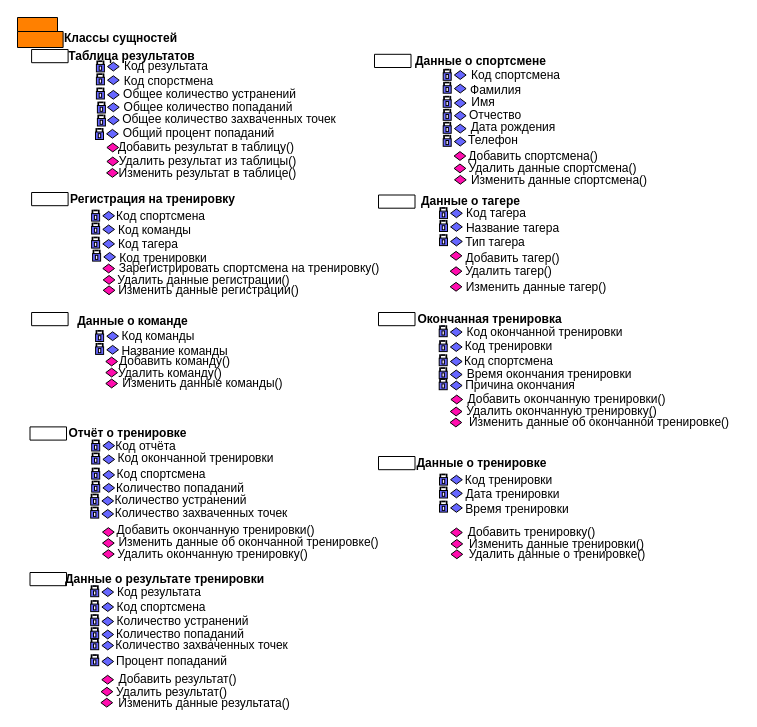
Above: Решения/Часть 3. Схемы/Классы бизнес сущностей.drawio in VentoAureo12/Projecting-n-Design (draw.io), before the change. Source tidied: cells renumbered, new cells numbered last; positions are measured from the earlier drawing's top-left corner, leaving out a move shared by most shapes. Both pictures are drawn from the tidied source at 100%, with x=0, y=0 at pixel (17, 17).
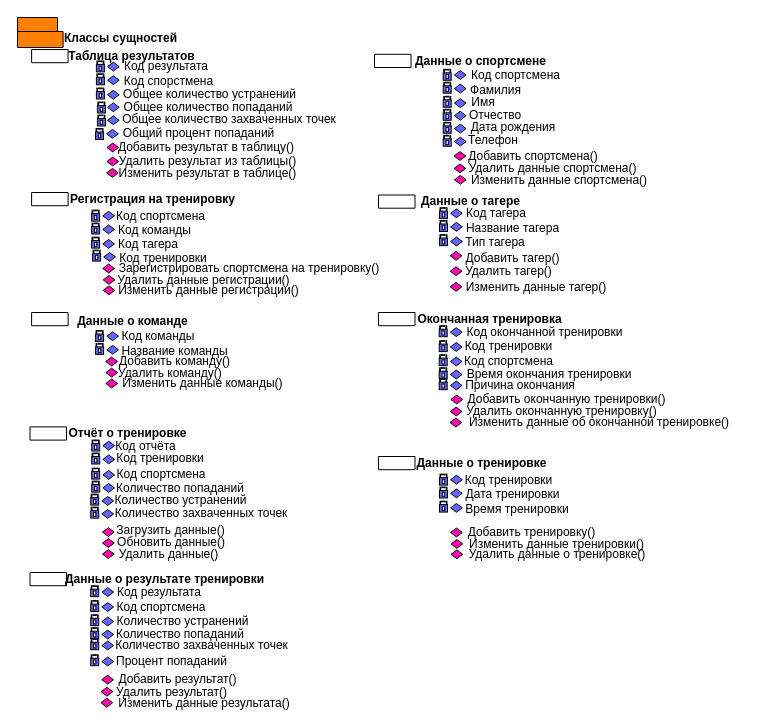
Above is the later version.

What changed in the source:
```diff
@@
-    <mxCell id="252" value="Код окончанной тренировки" style="text;html=1;strokeColor=none;fillColor=none;align=center;verticalAlign=middle;whiteSpace=wrap;rounded=0;" parent="1" vertex="1">
-      <mxGeometry x="85.3" y="436.6" width="187" height="9.4" as="geometry" />
+    <mxCell id="252" value="Код тренировки" style="text;html=1;strokeColor=none;fillColor=none;align=center;verticalAlign=middle;whiteSpace=wrap;rounded=0;" parent="1" vertex="1">
+      <mxGeometry x="85.3" y="436.6" width="115.7" height="9.4" as="geometry" />
     </mxCell>
@@
-    <mxCell id="275" value="Добавить окончанную тренировки()" style="text;html=1;strokeColor=none;fillColor=none;align=center;verticalAlign=middle;whiteSpace=wrap;rounded=0;" parent="1" vertex="1">
-      <mxGeometry x="86.3" y="508.5" width="225.4" height="9.4" as="geometry" />
+    <mxCell id="275" value="Загрузить данные()" style="text;html=1;strokeColor=none;fillColor=none;align=center;verticalAlign=middle;whiteSpace=wrap;rounded=0;" parent="1" vertex="1">
+      <mxGeometry x="86.3" y="508.5" width="134.7" height="9.4" as="geometry" />
     </mxCell>
-    <mxCell id="276" value="Изменить данные об окончанной тренировке()" style="text;html=1;strokeColor=none;fillColor=none;align=center;verticalAlign=middle;whiteSpace=wrap;rounded=0;" parent="1" vertex="1">
-      <mxGeometry x="69.3" y="520.6" width="325.4" height="9.4" as="geometry" />
+    <mxCell id="276" value="Обновить данные()" style="text;html=1;strokeColor=none;fillColor=none;align=center;verticalAlign=middle;whiteSpace=wrap;rounded=0;" parent="1" vertex="1">
+      <mxGeometry x="68.3" y="520.6" width="171.7" height="9.4" as="geometry" />
     </mxCell>
-    <mxCell id="277" value="Удалить окончанную тренировку()" style="text;html=1;strokeColor=none;fillColor=none;align=center;verticalAlign=middle;whiteSpace=wrap;rounded=0;fontStyle=0;" parent="1" vertex="1">
-      <mxGeometry x="94.1" y="532.4" width="202.6" height="9.4" as="geometry" />
+    <mxCell id="277" value="Удалить данные()" style="text;html=1;strokeColor=none;fillColor=none;align=center;verticalAlign=middle;whiteSpace=wrap;rounded=0;fontStyle=0;" parent="1" vertex="1">
+      <mxGeometry x="88.1" y="532.4" width="126.9" height="9.4" as="geometry" />
     </mxCell>
```
